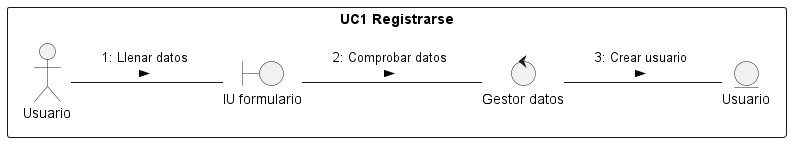
Earlier version of the PlantUML export docs/scenariosView/diagramas-de-colaboracion/DC1.png (RolandoU548/Plataforma-Digital-IS).
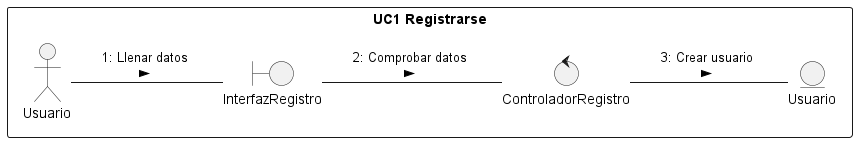
After the change.

The edit, as a diff of the source:
```diff
@@ -1,11 +1,11 @@
-@startuml r11
+@startuml DC1
 left to right direction
 
 rectangle "UC1 Registrarse"{
     actor Usuario
     entity Usuario as e1
-    boundary "IU formulario" as i1
-    control "Gestor datos" as c1
+    boundary "InterfazRegistro" as i1
+    control "ControladorRegistro" as c1
 }
 Usuario -- i1 : "1: Llenar datos \n >"
 i1 -- c1 : "2: Comprobar datos \n >"
```
